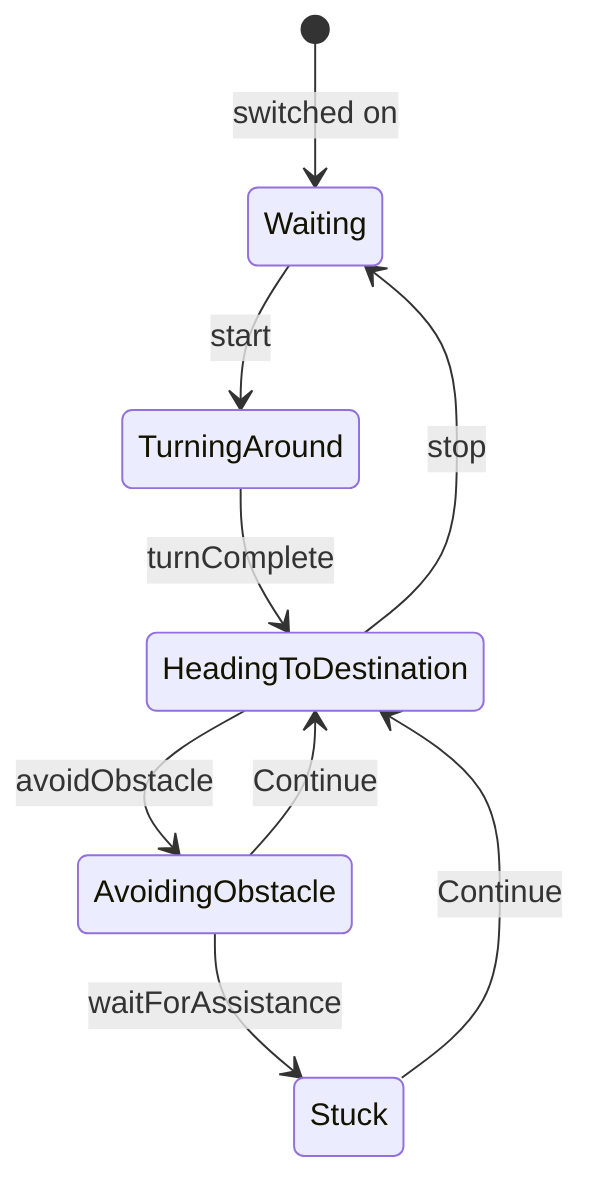
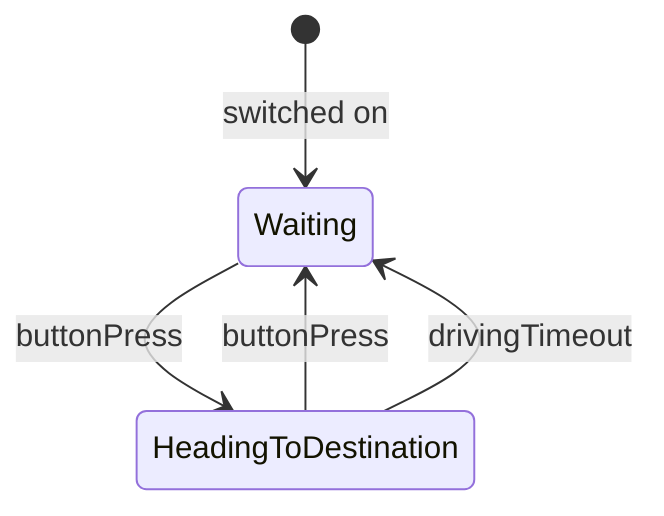
stateDiagram-v2
   [*] --> Waiting: switched on
-   Waiting --> TurningAround: start
-   TurningAround --> HeadingToDestination: turnComplete
-   HeadingToDestination --> AvoidingObstacle: avoidObstacle
-   AvoidingObstacle --> Stuck: waitForAssistance
-   Stuck --> HeadingToDestination: Continue
-   AvoidingObstacle --> HeadingToDestination: Continue
-   HeadingToDestination --> Waiting: stop
- 
+   Waiting --> HeadingToDestination: buttonPress
+   HeadingToDestination --> Waiting: buttonPress
+   HeadingToDestination --> Waiting: drivingTimeout
